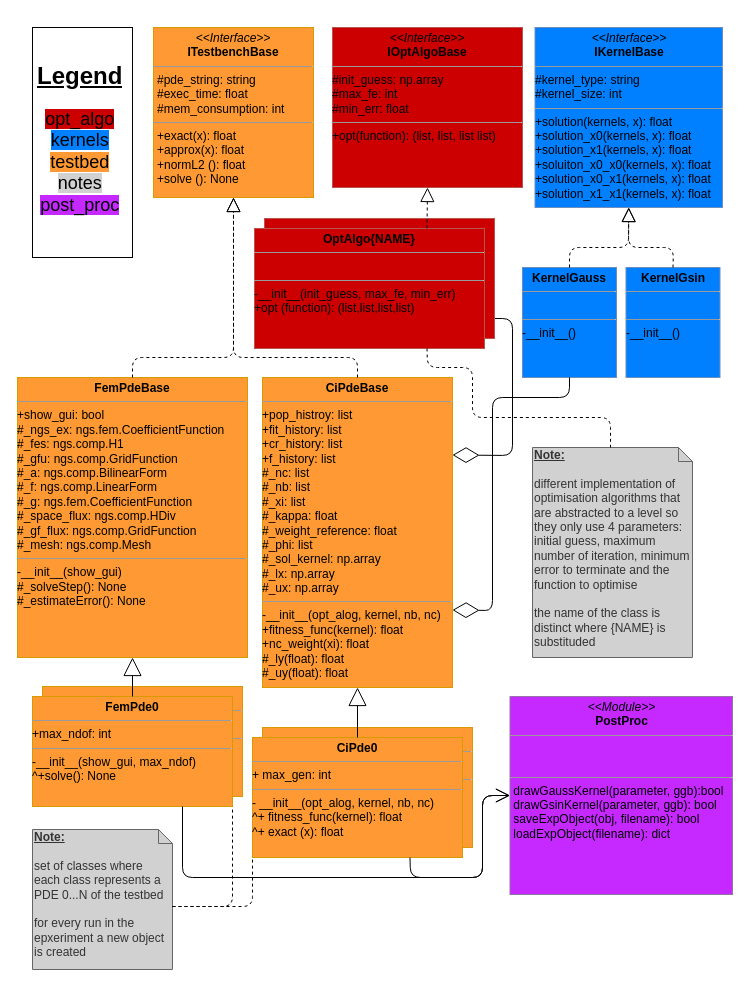
Before: code/uml_diag/testbench_uml_class.drawio in nicolai-schwartze/Masterthesis, a draw.io diagram. Source tidied: cells renumbered, new cells numbered last; positions are measured from the earlier drawing's top-left corner, leaving out a move shared by most shapes. Both pictures are drawn from the tidied source at 100%, with x=0, y=0 at pixel (17, 27).
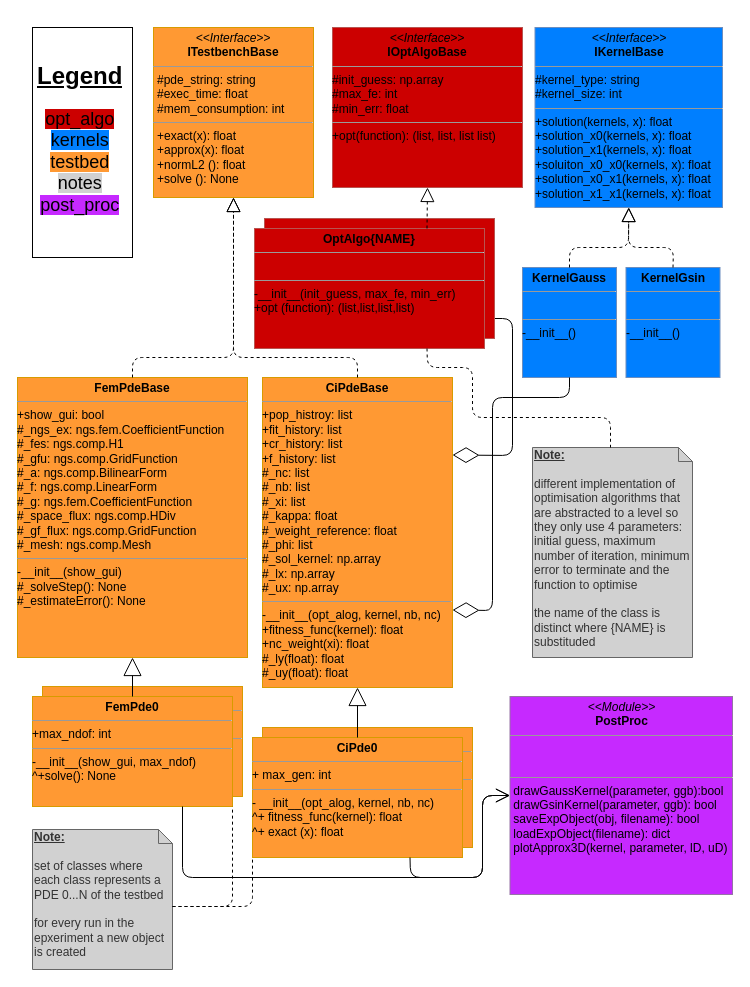
The same page after the edit.

Diff of the diagram source:
```diff
@@
-    <mxCell id="29" value="&lt;p style=&quot;margin: 0px ; margin-top: 4px ; text-align: center&quot;&gt;&lt;i&gt;&amp;lt;&amp;lt;Module&amp;gt;&amp;gt;&lt;/i&gt;&lt;br&gt;&lt;b&gt;PostProc&lt;/b&gt;&lt;/p&gt;&lt;hr size=&quot;1&quot;&gt;&lt;p style=&quot;margin: 0px ; margin-left: 4px&quot;&gt;&lt;br&gt;&lt;/p&gt;&lt;p style=&quot;margin: 0px ; margin-left: 4px&quot;&gt;&lt;br&gt;&lt;/p&gt;&lt;hr size=&quot;1&quot;&gt;&lt;div&gt;&amp;nbsp;drawGaussKernel(parameter, ggb):bool&lt;/div&gt;&lt;div&gt;&amp;nbsp;drawGsinKernel(parameter, ggb): bool&lt;/div&gt;&lt;div&gt;&amp;nbsp;saveExpObject(obj, filename): bool&lt;/div&gt;&lt;div&gt;&amp;nbsp;loadExpObject(filename): dict&lt;br&gt;&lt;/div&gt;" style="verticalAlign=top;align=left;overflow=fill;fontSize=12;fontFamily=Helvetica;html=1;fillColor=#C629FF;strokeColor=#9673a6;" parent="1" vertex="1">
+    <mxCell id="29" value="&lt;p style=&quot;margin: 0px ; margin-top: 4px ; text-align: center&quot;&gt;&lt;i&gt;&amp;lt;&amp;lt;Module&amp;gt;&amp;gt;&lt;/i&gt;&lt;br&gt;&lt;b&gt;PostProc&lt;/b&gt;&lt;/p&gt;&lt;hr size=&quot;1&quot;&gt;&lt;p style=&quot;margin: 0px ; margin-left: 4px&quot;&gt;&lt;br&gt;&lt;/p&gt;&lt;p style=&quot;margin: 0px ; margin-left: 4px&quot;&gt;&lt;br&gt;&lt;/p&gt;&lt;hr size=&quot;1&quot;&gt;&lt;div&gt;&amp;nbsp;drawGaussKernel(parameter, ggb):bool&lt;/div&gt;&lt;div&gt;&amp;nbsp;drawGsinKernel(parameter, ggb): bool&lt;/div&gt;&lt;div&gt;&amp;nbsp;saveExpObject(obj, filename): bool&lt;/div&gt;&lt;div&gt;&amp;nbsp;loadExpObject(filename): dict&lt;/div&gt;&lt;div&gt;&amp;nbsp;plotApprox3D(kernel, parameter, lD, uD)&lt;br&gt;&lt;/div&gt;" style="verticalAlign=top;align=left;overflow=fill;fontSize=12;fontFamily=Helvetica;html=1;fillColor=#C629FF;strokeColor=#9673a6;" parent="1" vertex="1">
       <mxGeometry x="492.5" y="669" width="222.5" height="198" as="geometry" />
     </mxCell>
```
